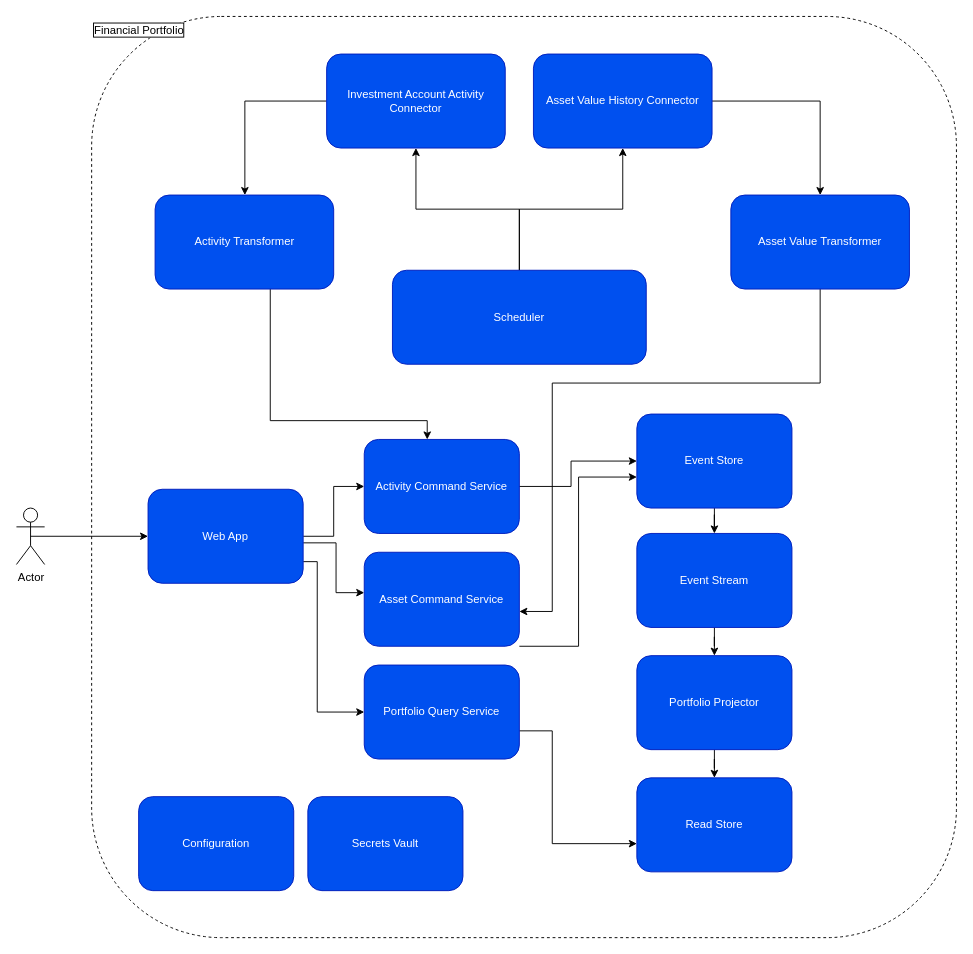
Earlier version of the draw.io diagram page "C2" (2 of 2) of doc/High-Level Architecture.drawio (aleichter/financial-portfolio). Source tidied: cells renumbered, new cells numbered last; positions are measured from the earlier drawing's top-left corner, leaving out a move shared by most shapes. Both pictures are drawn from the tidied source at 94%, with x=0, y=0 at pixel (16, 16).
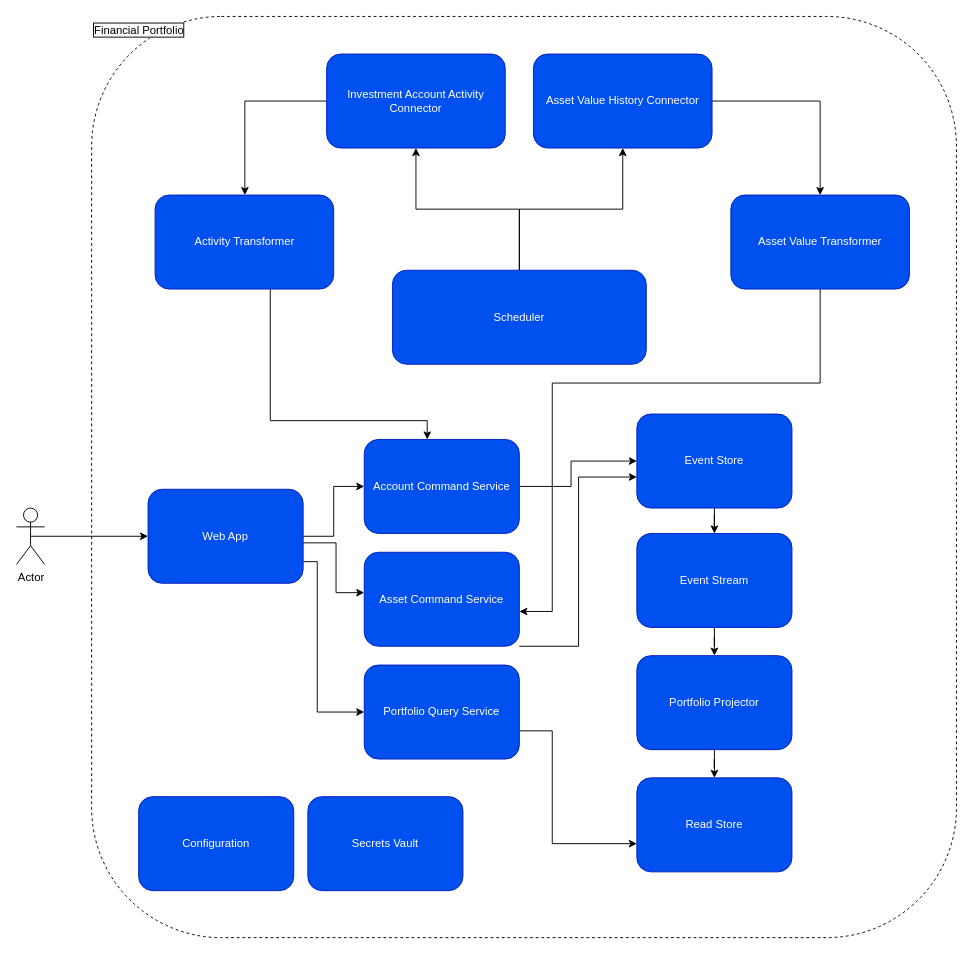
The same diagram, later.

The edit, as a diff of the source:
```diff
@@
-    <mxCell id="22" value="Activity Command Service" style="rounded=1;whiteSpace=wrap;html=1;fillColor=#0050ef;strokeColor=#001DBC;fontColor=#ffffff;" parent="1" vertex="1">
+    <mxCell id="22" value="Account Command Service" style="rounded=1;whiteSpace=wrap;html=1;fillColor=#0050ef;strokeColor=#001DBC;fontColor=#ffffff;" parent="1" vertex="1">
       <mxGeometry x="370" y="450" width="165" height="100" as="geometry" />
     </mxCell>
```
